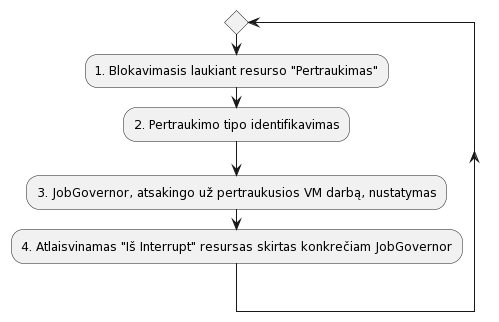
Mdominykas/OS keeps this PlantUML diagram as aprasymas2/img/Interrupt.png. Above is the earlier version.
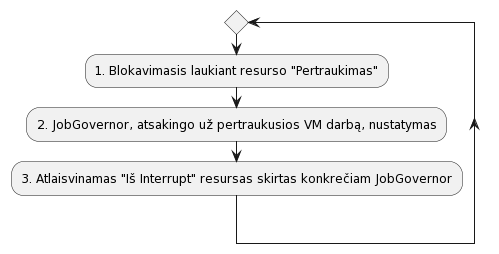
After the commit.

What changed in the source:
```diff
@@ -1,7 +1,6 @@
 @startuml
 repeat
   :1. Blokavimasis laukiant resurso "Pertraukimas";
-  :2. Pertraukimo tipo identifikavimas;
-  :3. JobGovernor, atsakingo už pertraukusios VM darbą, nustatymas;
-  :4. Atlaisvinamas "Iš Interrupt" resursas skirtas konkrečiam JobGovernor;
+  :2. JobGovernor, atsakingo už pertraukusios VM darbą, nustatymas;
+  :3. Atlaisvinamas "Iš Interrupt" resursas skirtas konkrečiam JobGovernor;
 @enduml
```
